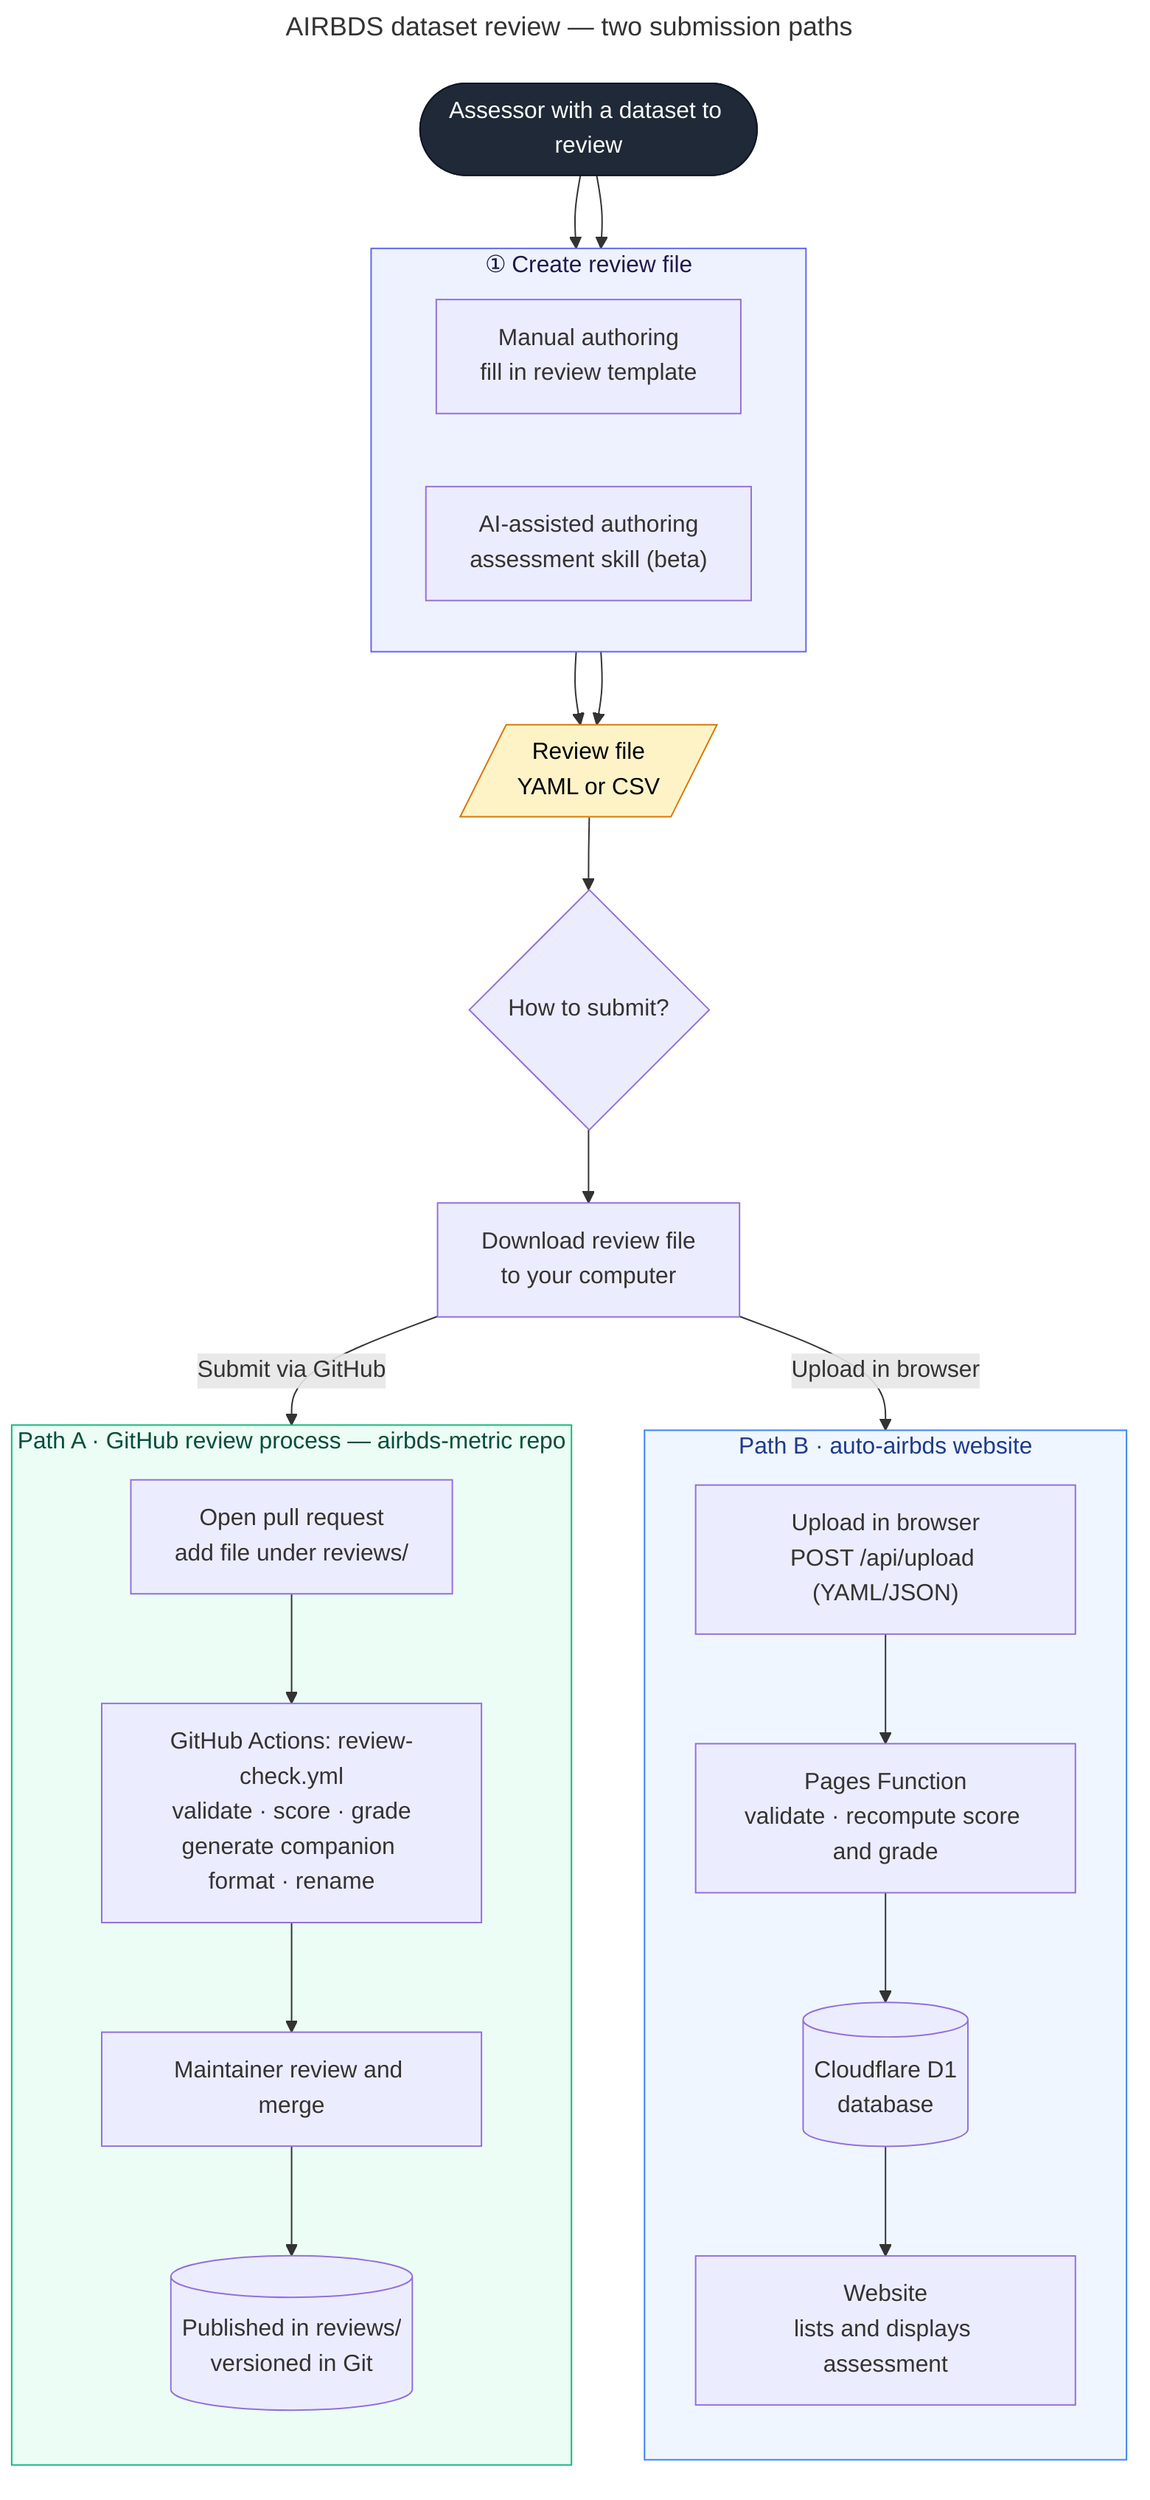
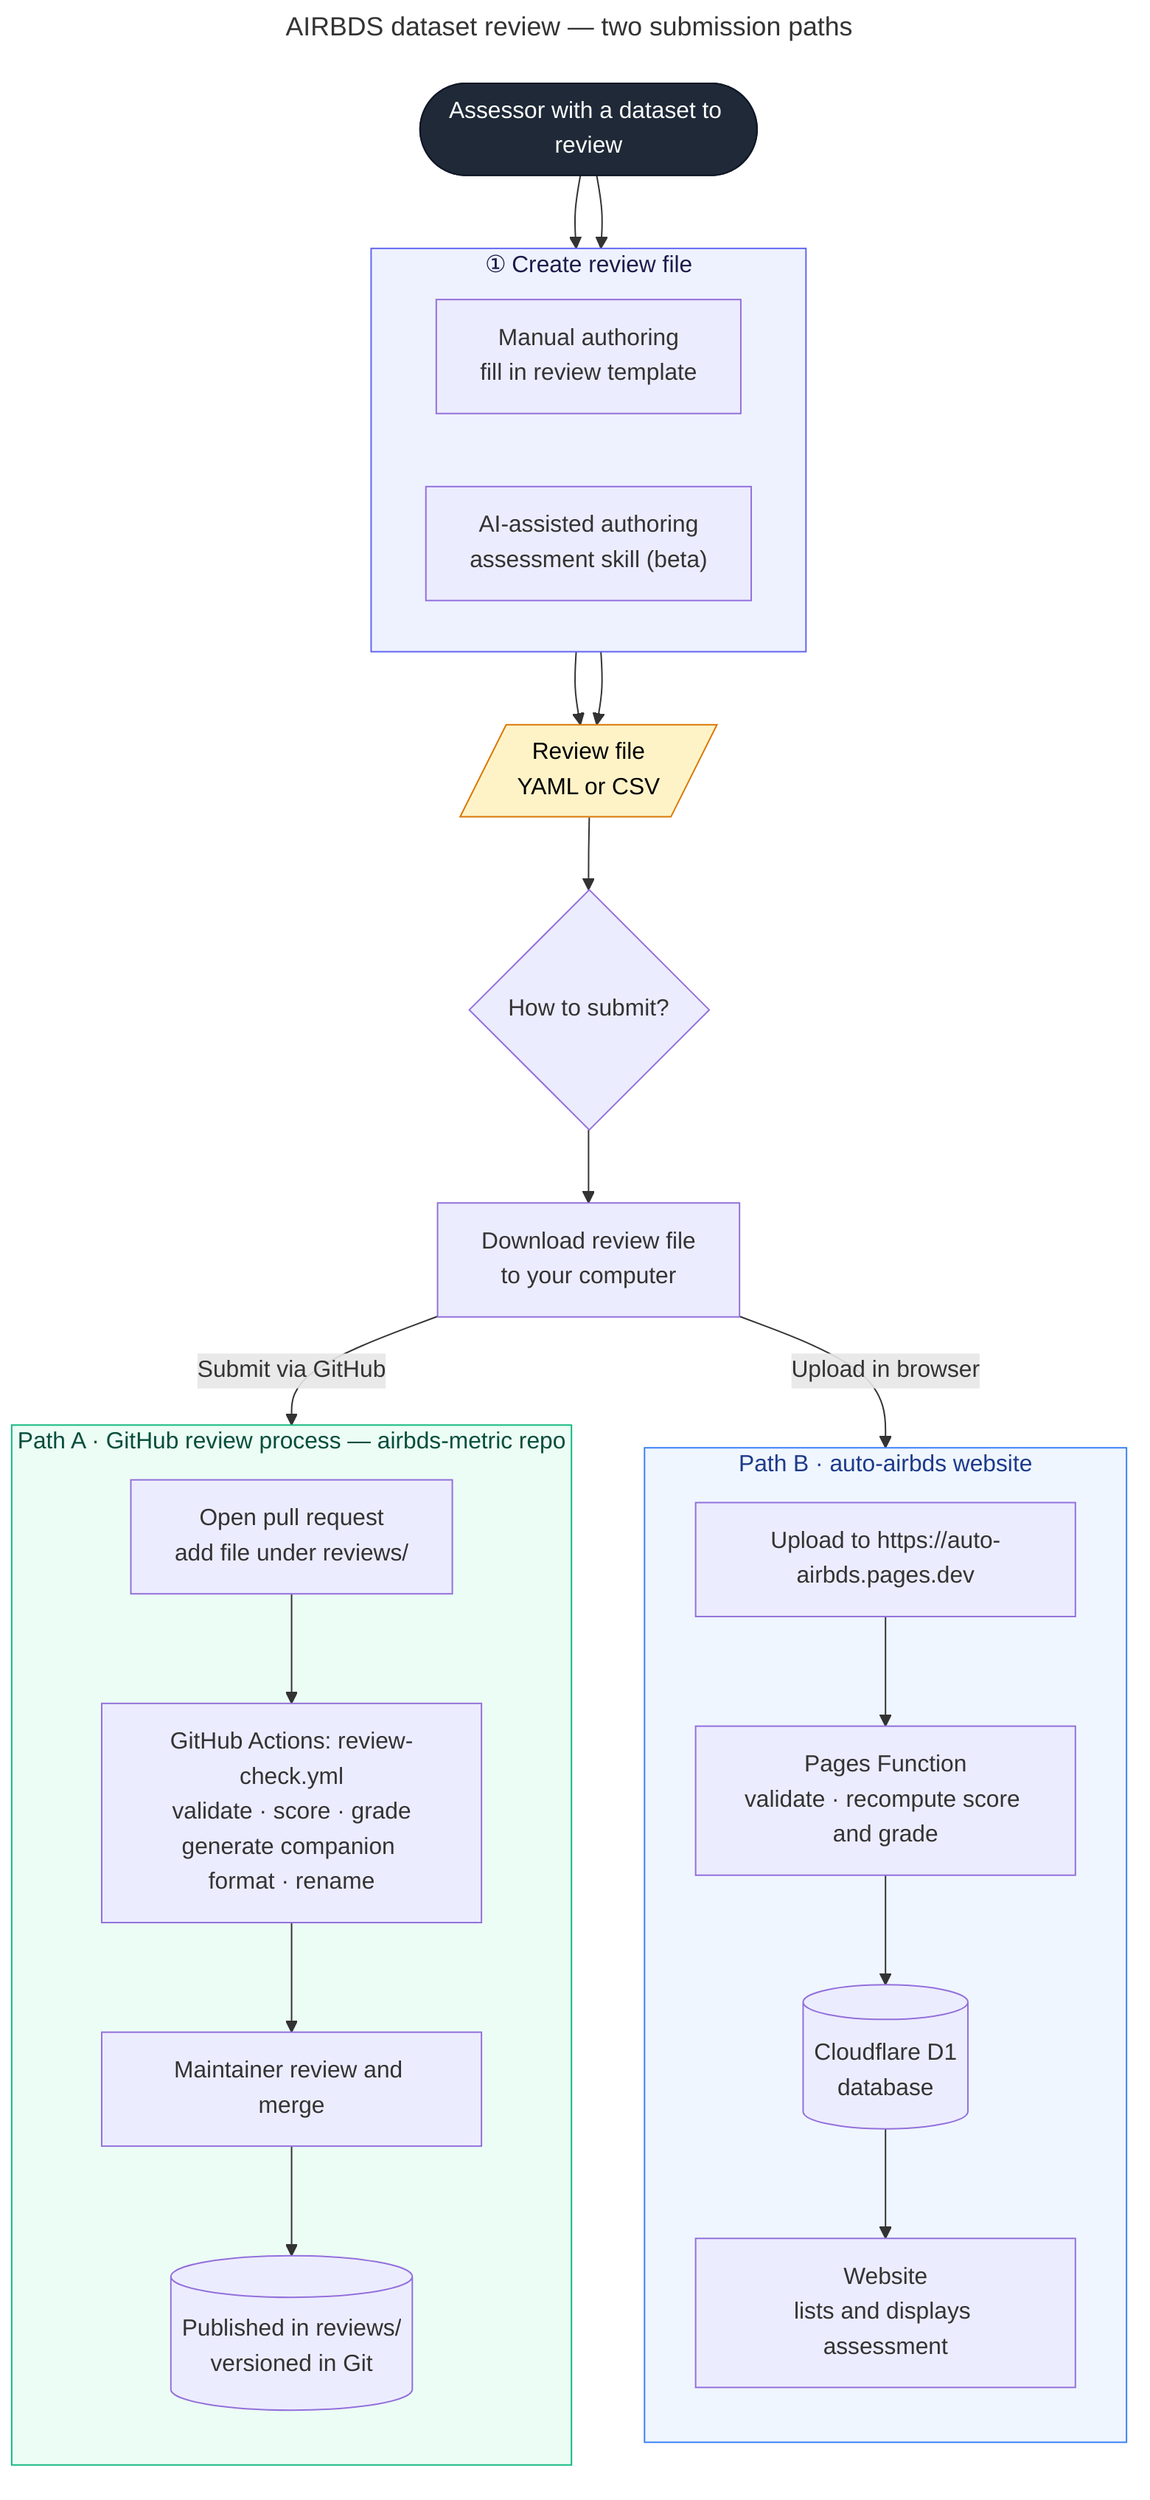
---
title: AIRBDS dataset review — two submission paths
---
flowchart TD
    start(["Assessor with a dataset to review"]):::startNode

    %% ---------- Stage 1: create the review file ----------
    subgraph create["① Create review file"]
        direction LR
        manual["Manual authoring<br/>fill in review template"]
        ai["AI-assisted authoring<br/>assessment skill (beta)"]
    end
    file[/"Review file<br/>YAML or CSV"/]:::artifact

    start --> manual
    start --> ai
    manual --> file
    ai --> file

    choice{"How to submit?"}
    file --> choice

    %% Shared step: the finished file must be downloaded locally before EITHER
    %% submission method (GitHub commit/PR or website upload).
    download["Download review file<br/>to your computer"]
    choice --> download

    %% Left/right ordering note: the default Mermaid (dagre) layout places the
    %% LAST-defined subgraph on the LEFT. So to keep Path A on the left and Path B
    %% on the right, Path B is defined first and Path A second below. (The
    %% `layout: elk` engine honours source order instead, but it does NOT render
    %% on GitHub, so we stay on dagre and order the blocks this way.)

    %% ---------- Path B: auto-airbds website (defined first → renders on the right) ----------
    subgraph web["Path B · auto-airbds website"]
        direction TB
-         upload["Upload in browser<br/>POST /api/upload (YAML/JSON)"]
+         upload["Upload to https://auto-airbds.pages.dev"]
        val["Pages Function<br/>validate · recompute score and grade"]
        d1[("Cloudflare D1<br/>database")]
        spa["Website<br/>lists and displays assessment"]
        upload --> val --> d1 --> spa
    end

    %% ---------- Path A: GitHub review process (defined last → renders on the left) ----------
    subgraph gh["Path A · GitHub review process — airbds-metric repo"]
        direction TB
        pr["Open pull request<br/>add file under reviews/"]
        ci["GitHub Actions: review-check.yml<br/>validate · score · grade<br/>generate companion format · rename"]
        merge["Maintainer review and merge"]
        repo[("Published in reviews/<br/>versioned in Git")]
        pr --> ci --> merge --> repo
    end

    download -->|"Submit via GitHub"| pr
    download -->|"Upload in browser"| upload

    %% ---------- Styling ----------
    classDef startNode fill:#1f2937,stroke:#111827,color:#ffffff;
    classDef artifact fill:#fef3c7,stroke:#d97706,color:#000000;
    style create fill:#eef2ff,stroke:#6366f1,color:#1e1b4b;
    style gh fill:#ecfdf5,stroke:#10b981,color:#064e3b;
    style web fill:#eff6ff,stroke:#3b82f6,color:#1e3a8a;
